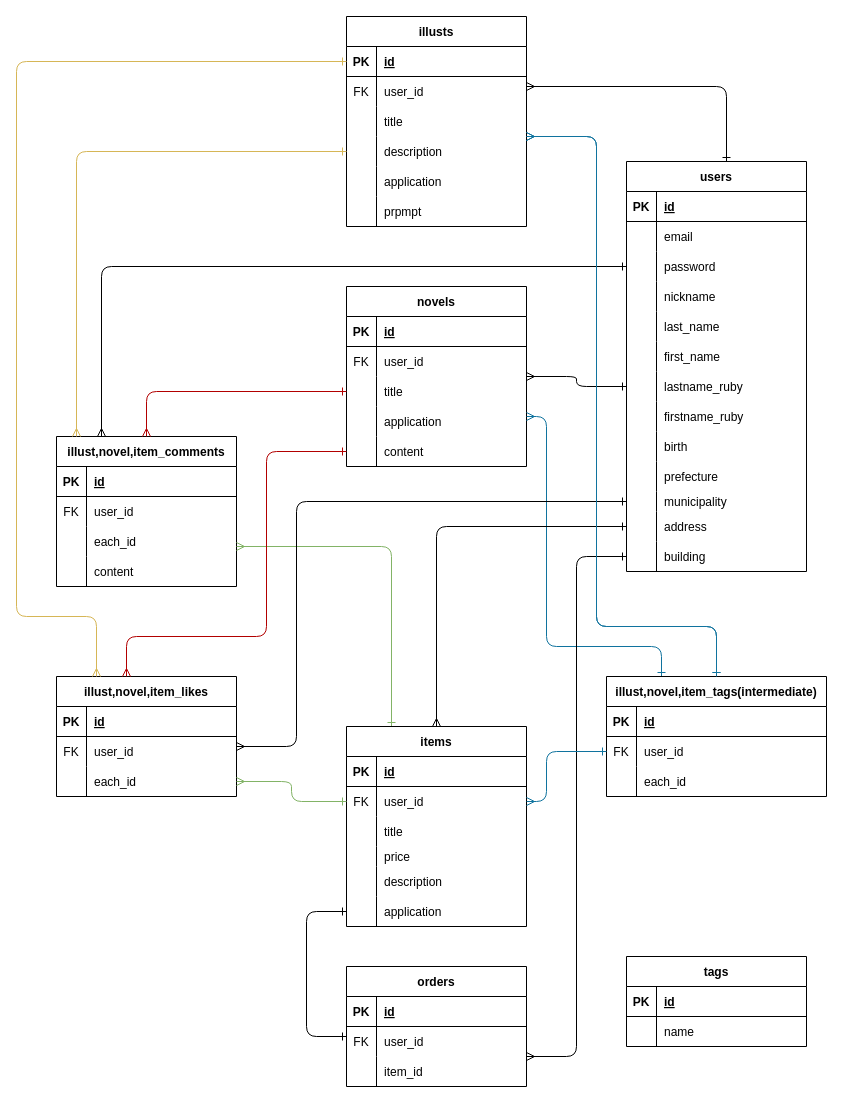
shotagithub/ailustration keeps this draw.io diagram as ailustrationER.dio. Above is the earlier version. Source tidied: cells renumbered, new cells numbered last; positions are measured from the earlier drawing's top-left corner, leaving out a move shared by most shapes. Both pictures are drawn from the tidied source at 100%, with x=0, y=0 at pixel (16, 16).
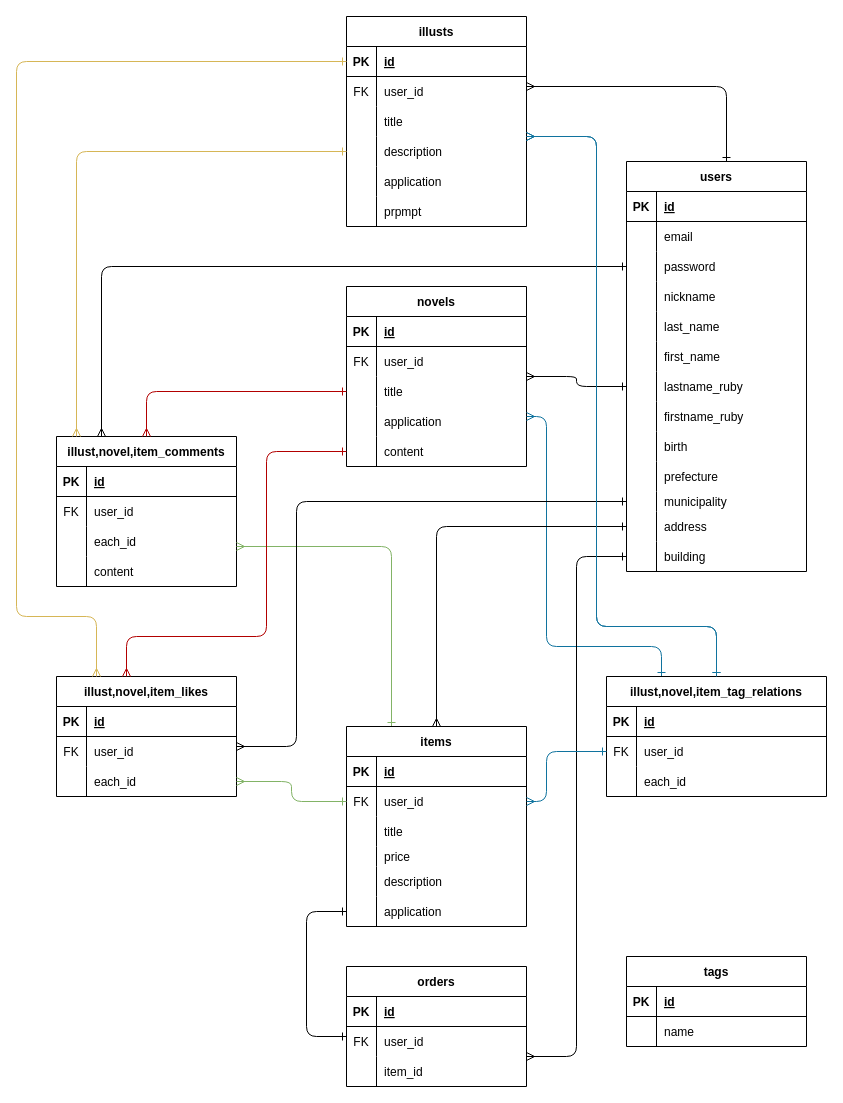
After the change.

Commit message (it also covers changes not shown here):
described association

The edit, as a diff of the source:
```diff
@@
-    <mxCell id="140" value="illust,novel,item_tags(intermediate)" style="shape=table;startSize=30;childLayout=tableLayout;rowLines=0;fontStyle=1;align=center;" parent="1" vertex="1">
+    <mxCell id="140" value="illust,novel,item_tag_relations" style="shape=table;startSize=30;childLayout=tableLayout;rowLines=0;fontStyle=1;align=center;" parent="1" vertex="1">
       <mxGeometry x="590" y="660" width="220" height="120" as="geometry" />
     </mxCell>
```
